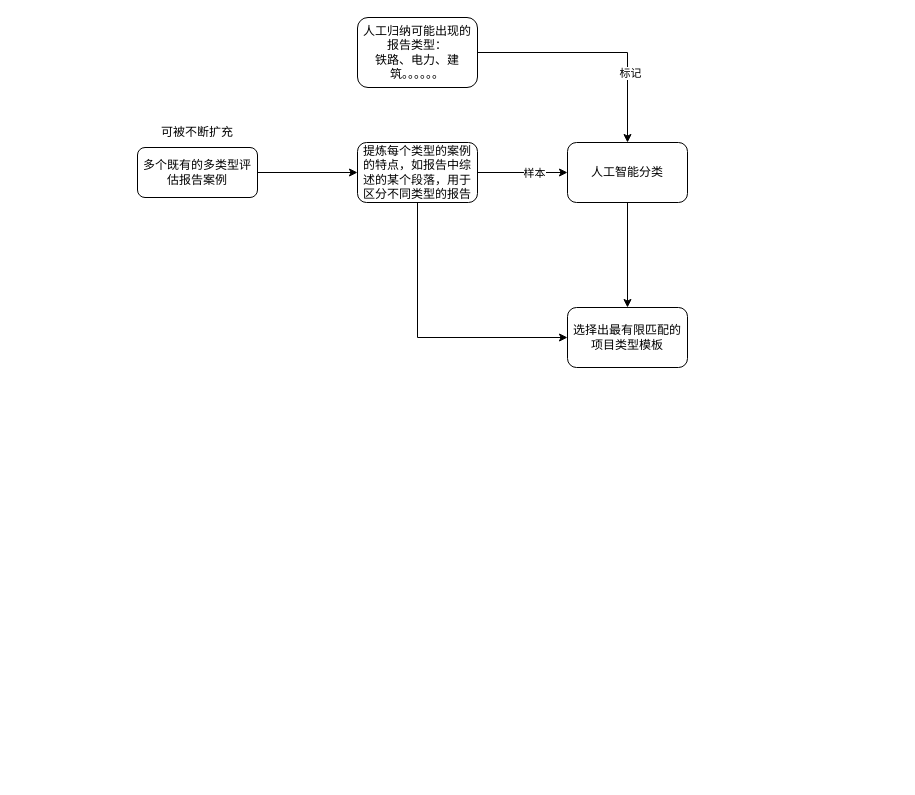
gaochaowyq/MinderGraph keeps this draw.io diagram as 人工智能水土保持方案编制.drawio. Above is the earlier version. Source tidied: cells renumbered, new cells numbered last; positions are measured from the earlier drawing's top-left corner, leaving out a move shared by most shapes. Both pictures are drawn from the tidied source at 100%, with x=0, y=0 at pixel (137, 17).
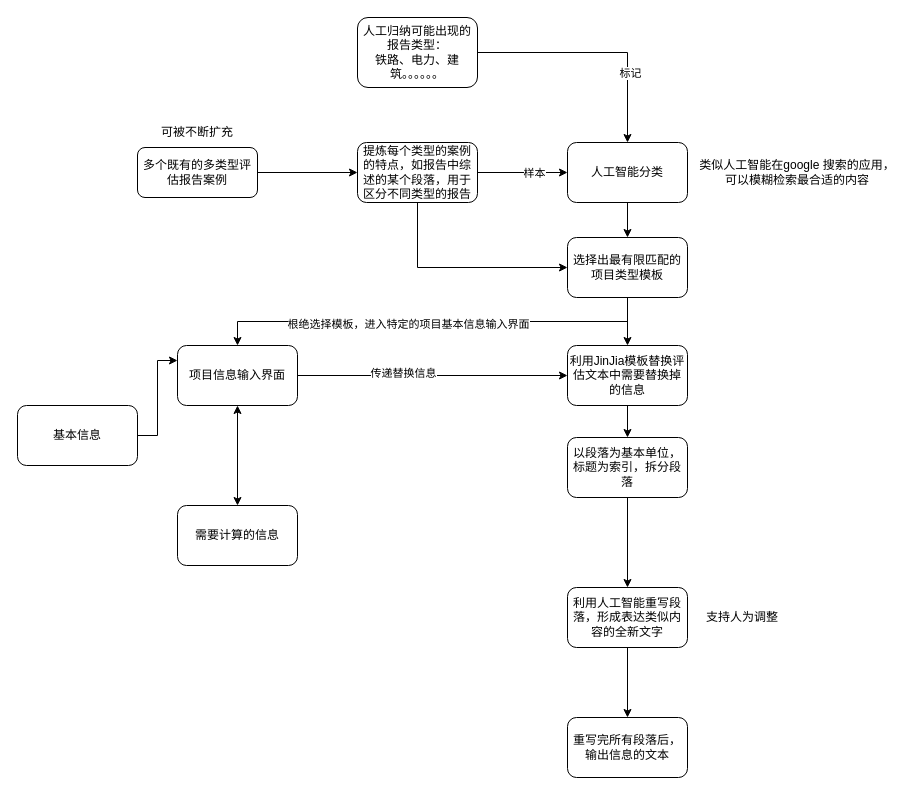
After the change.

Commit message:
更新人工智能水土保持方案编制.drawio

The edit, as a diff of the source:
```diff
@@
+    <mxCell id="15" style="edgeStyle=orthogonalEdgeStyle;rounded=0;jettySize=auto;html=1;" parent="1" edge="1" source="14" target="20">
+      <mxGeometry relative="1" as="geometry" />
+    </mxCell>
+    <mxCell id="16" style="edgeStyle=orthogonalEdgeStyle;rounded=0;jettySize=auto;html=1;exitX=0.5;exitY=1;exitDx=0;exitDy=0;" parent="1" edge="1" source="14" target="24">
+      <mxGeometry relative="1" as="geometry" />
+    </mxCell>
+    <mxCell id="17" value="根绝选择模板，进入特定的项目基本信息输入界面" style="edgeLabel;html=1;align=center;verticalAlign=middle;" parent="16" vertex="1">
+      <mxGeometry x="0.26" y="2" relative="1" as="geometry">
+        <mxPoint x="32" as="offset" />
+      </mxGeometry>
+    </mxCell>
     <mxCell id="14" value="选择出最有限匹配的项目类型模板" style="rounded=1;whiteSpace=wrap;html=1;" parent="1" vertex="1">
-      <mxGeometry x="430" y="290" width="120" height="60" as="geometry" />
+      <mxGeometry x="430" y="220" width="120" height="60" as="geometry" />
     </mxCell>
+    <mxCell id="18" value="类似人工智能在google 搜索的应用，可以模糊检索最合适的内容" style="text;html=1;strokeColor=none;fillColor=none;align=center;verticalAlign=middle;whiteSpace=wrap;rounded=0;" parent="1" vertex="1">
+      <mxGeometry x="560" y="140" width="200" height="30" as="geometry" />
+    </mxCell>
+    <mxCell id="19" style="edgeStyle=orthogonalEdgeStyle;rounded=0;jettySize=auto;html=1;" parent="1" edge="1" source="20" target="26">
+      <mxGeometry relative="1" as="geometry" />
+    </mxCell>
+    <mxCell id="20" value="利用JinJia模板替换评估文本中需要替换掉的信息" style="rounded=1;whiteSpace=wrap;html=1;" parent="1" vertex="1">
+      <mxGeometry x="430" y="328" width="120" height="60" as="geometry" />
+    </mxCell>
+    <mxCell id="21" style="edgeStyle=orthogonalEdgeStyle;rounded=0;jettySize=auto;html=1;entryX=0;entryY=0.5;entryDx=0;entryDy=0;" parent="1" edge="1" source="24" target="20">
+      <mxGeometry relative="1" as="geometry" />
+    </mxCell>
+    <mxCell id="22" value="传递替换信息" style="edgeLabel;html=1;align=center;verticalAlign=middle;" parent="21" vertex="1">
+      <mxGeometry x="-0.22" y="3" relative="1" as="geometry" />
+    </mxCell>
+    <mxCell id="23" style="edgeStyle=orthogonalEdgeStyle;rounded=0;jettySize=auto;html=1;startArrow=classic;startFill=1;" parent="1" edge="1" source="24" target="33">
+      <mxGeometry relative="1" as="geometry" />
+    </mxCell>
+    <mxCell id="24" value="项目信息输入界面" style="rounded=1;whiteSpace=wrap;html=1;" parent="1" vertex="1">
+      <mxGeometry x="40" y="328" width="120" height="60" as="geometry" />
+    </mxCell>
+    <mxCell id="25" style="edgeStyle=orthogonalEdgeStyle;rounded=0;jettySize=auto;html=1;" parent="1" edge="1" source="26" target="28">
+      <mxGeometry relative="1" as="geometry" />
+    </mxCell>
+    <mxCell id="26" value="以段落为基本单位，标题为索引，拆分段落" style="rounded=1;whiteSpace=wrap;html=1;" parent="1" vertex="1">
+      <mxGeometry x="430" y="420" width="120" height="60" as="geometry" />
+    </mxCell>
+    <mxCell id="27" style="edgeStyle=orthogonalEdgeStyle;rounded=0;jettySize=auto;html=1;" parent="1" edge="1" source="28" target="30">
+      <mxGeometry relative="1" as="geometry" />
+    </mxCell>
+    <mxCell id="28" value="利用人工智能重写段落，形成表达类似内容的全新文字" style="rounded=1;whiteSpace=wrap;html=1;" parent="1" vertex="1">
+      <mxGeometry x="430" y="570" width="120" height="60" as="geometry" />
+    </mxCell>
+    <mxCell id="29" value="支持人为调整" style="text;html=1;strokeColor=none;fillColor=none;align=center;verticalAlign=middle;whiteSpace=wrap;rounded=0;" parent="1" vertex="1">
+      <mxGeometry x="560" y="585" width="90" height="30" as="geometry" />
+    </mxCell>
+    <mxCell id="30" value="重写完所有段落后，输出信息的文本" style="rounded=1;whiteSpace=wrap;html=1;" parent="1" vertex="1">
+      <mxGeometry x="430" y="700" width="120" height="60" as="geometry" />
+    </mxCell>
+    <mxCell id="31" style="edgeStyle=orthogonalEdgeStyle;rounded=0;jettySize=auto;html=1;entryX=0;entryY=0.25;entryDx=0;entryDy=0;" parent="1" edge="1" source="32" target="24">
+      <mxGeometry relative="1" as="geometry" />
+    </mxCell>
+    <mxCell id="32" value="基本信息" style="rounded=1;whiteSpace=wrap;html=1;" parent="1" vertex="1">
+      <mxGeometry x="-120" y="388" width="120" height="60" as="geometry" />
+    </mxCell>
+    <mxCell id="33" value="需要计算的信息" style="rounded=1;whiteSpace=wrap;html=1;" parent="1" vertex="1">
+      <mxGeometry x="40" y="488" width="120" height="60" as="geometry" />
+    </mxCell>
```
